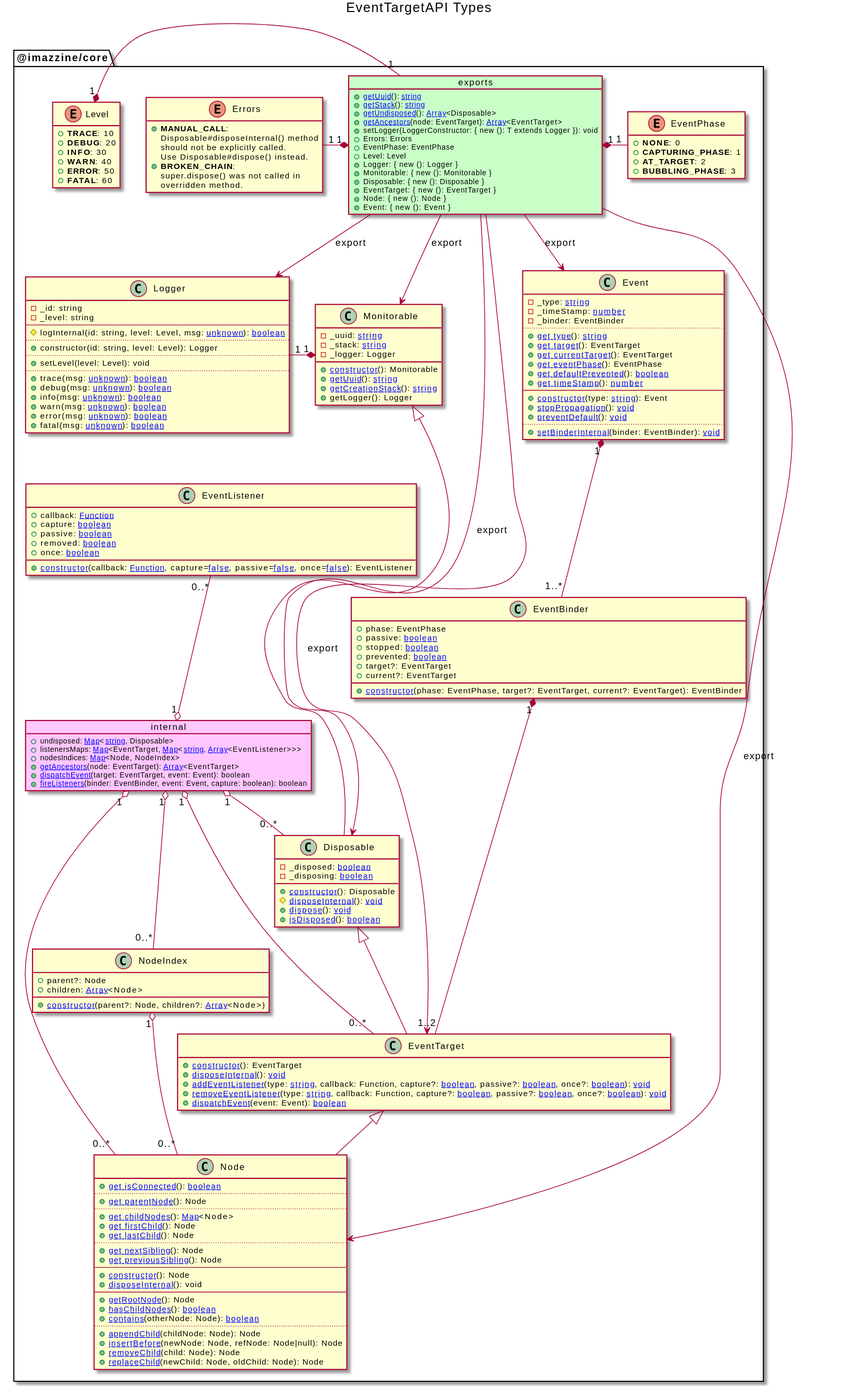
Above: _uml/svg/EventTargetAPI/Types.svg in imazzine/imazzine.github.io (PlantUML), before the change.
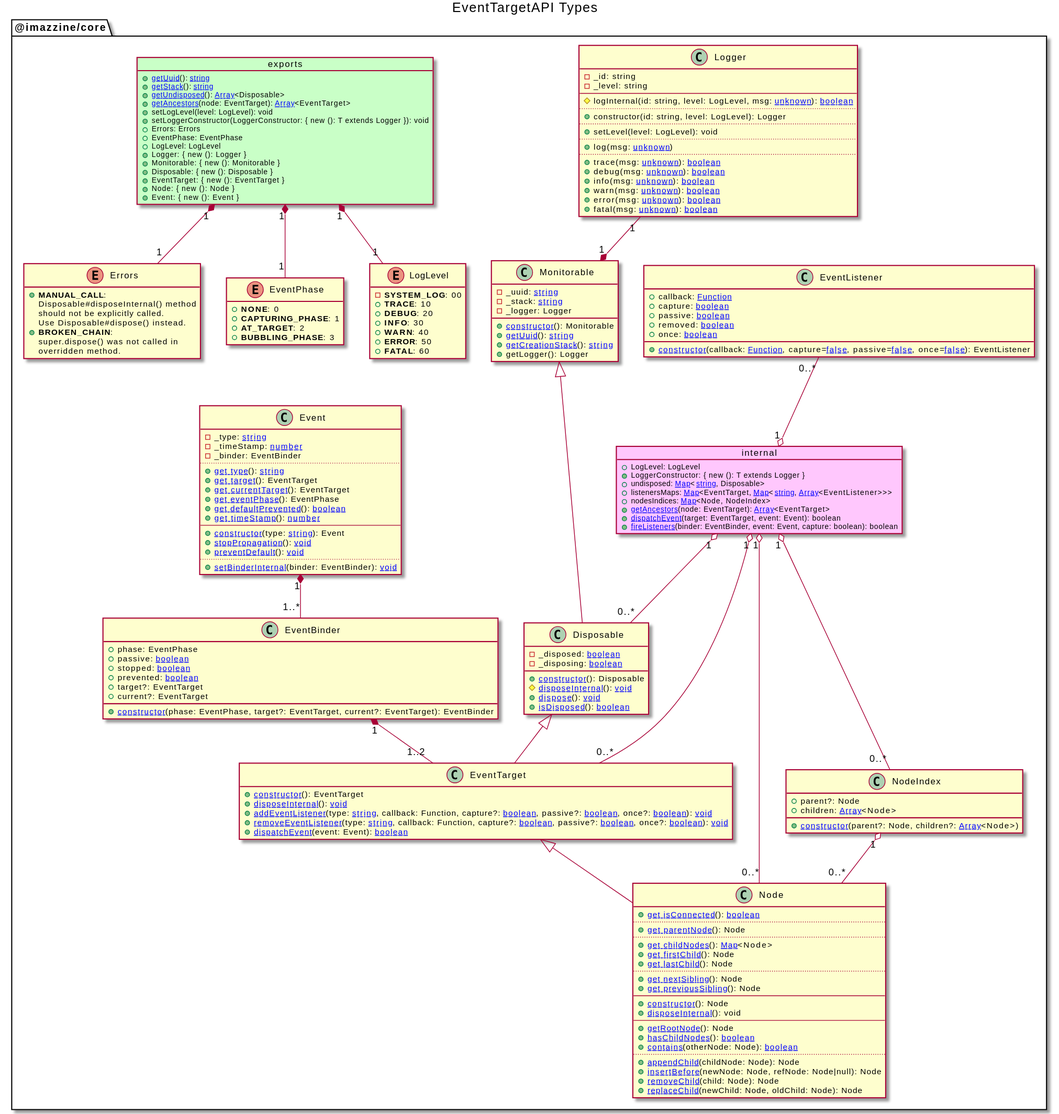
Above is the later version.

What changed in the source:
```diff
@@ -9,6 +9,8 @@
     package "@imazzine/core" as ImazzineCorePackage {
 
         object internal #ffc7fd {
+            +LogLevel: LogLevel
+            +LoggerConstructor: { new (): T extends Logger }
             +undisposed: [[https://developer.mozilla.org/en-US/docs/Web/JavaScript/Reference/Global_Objects/Map Map]]<[[https://developer.mozilla.org/en-US/docs/Web/JavaScript/Reference/Global_Objects/String string]], Disposable>
             +listenersMaps: [[https://developer.mozilla.org/en-US/docs/Web/JavaScript/Reference/Global_Objects/Map Map]]<EventTarget, [[https://developer.mozilla.org/en-US/docs/Web/JavaScript/Reference/Global_Objects/Map Map]]<[[https://developer.mozilla.org/en-US/docs/Web/JavaScript/Reference/Global_Objects/String string]], [[https://developer.mozilla.org/en-US/docs/Web/JavaScript/Reference/Global_Objects/Array Array]]<EventListener>>>
             +nodesIndices: [[https://developer.mozilla.org/en-US/docs/Web/JavaScript/Reference/Global_Objects/Map Map]]<Node, NodeIndex>
@@ -22,10 +24,11 @@
             +[[./Definition_exports.getStack.svg getStack]](): [[https://developer.mozilla.org/en-US/docs/Web/JavaScript/Reference/Global_Objects/String string]]
             +[[./Definition_exports.getUndisposed.svg getUndisposed]](): [[https://developer.mozilla.org/en-US/docs/Web/JavaScript/Reference/Global_Objects/Array Array]]<Disposable>
             +[[./Definition_exports.getAncestors.svg getAncestors]](node: EventTarget): [[https://developer.mozilla.org/en-US/docs/Web/JavaScript/Reference/Global_Objects/Array Array]]<EventTarget>
-            +setLogger(LoggerConstructor: { new (): T extends Logger }): void
+            +setLogLevel(level: LogLevel): void
+            +setLoggerConstructor(LoggerConstructor: { new (): T extends Logger }): void
             +Errors: Errors
             +EventPhase: EventPhase
-            +Level: Level
+            +LogLevel: LogLevel
             +Logger: { new (): Logger }
             +Monitorable: { new (): Monitorable }
             +Disposable: { new (): Disposable }
@@ -38,7 +41,7 @@
             +<b>MANUAL_CALL</b>:\nDisposable#disposeInternal() method\nshould not be explicitly called.\nUse Disposable#dispose() instead.
             +<b>BROKEN_CHAIN</b>:\nsuper.dispose() was not called in\noverridden method.
         }
-        ImazzineCorePackageErrors "1" -* "1" ImazzineCorePackageExports
+        ImazzineCorePackageExports "1" *-- "1" ImazzineCorePackageErrors
 
         enum EventPhase {
             +<b>NONE</b>: 0
@@ -46,9 +49,10 @@
             +<b>AT_TARGET</b>: 2
             +<b>BUBBLING_PHASE</b>: 3
         }
-        ImazzineCorePackageExports "1" *- "1" EventPhase
+        ImazzineCorePackageExports "1" *-- "1" EventPhase
 
-        enum Level {
+        enum LogLevel {
+            -<b>SYSTEM_LOG</b>: 00
             +<b>TRACE</b>: 10
             +<b>DEBUG</b>: 20
             +<b>INFO</b>: 30
@@ -56,17 +60,19 @@
             +<b>ERROR</b>: 50
             +<b>FATAL</b>: 60
         }
-        Level "1" *- "1" ImazzineCorePackageExports
+        ImazzineCorePackageExports "1" *-- "1" LogLevel
 
         class Logger {
             -_id: string
             -_level: string
             --
-            #logInternal(id: string, level: Level, msg: [[https://www.typescriptlang.org/docs/handbook/2/functions.html#unknown unknown]]): [[https://developer.mozilla.org/en-US/docs/Web/JavaScript/Reference/Global_Objects/Boolean boolean]]
+            #logInternal(id: string, level: LogLevel, msg: [[https://www.typescriptlang.org/docs/handbook/2/functions.html#unknown unknown]]): [[https://developer.mozilla.org/en-US/docs/Web/JavaScript/Reference/Global_Objects/Boolean boolean]]
             ..
-            +constructor(id: string, level: Level): Logger
+            +constructor(id: string, level: LogLevel): Logger
             ..
-            +setLevel(level: Level): void
+            +setLevel(level: LogLevel): void
+            ..
+            +log(msg: [[https://www.typescriptlang.org/docs/handbook/2/functions.html#unknown unknown]])
             ..
             +trace(msg: [[https://www.typescriptlang.org/docs/handbook/2/functions.html#unknown unknown]]): [[https://developer.mozilla.org/en-US/docs/Web/JavaScript/Reference/Global_Objects/Boolean boolean]]
             +debug(msg: [[https://www.typescriptlang.org/docs/handbook/2/functions.html#unknown unknown]]): [[https://developer.mozilla.org/en-US/docs/Web/JavaScript/Reference/Global_Objects/Boolean boolean]]
@@ -75,7 +81,6 @@
             +error(msg: [[https://www.typescriptlang.org/docs/handbook/2/functions.html#unknown unknown]]): [[https://developer.mozilla.org/en-US/docs/Web/JavaScript/Reference/Global_Objects/Boolean boolean]]
             +fatal(msg: [[https://www.typescriptlang.org/docs/handbook/2/functions.html#unknown unknown]]): [[https://developer.mozilla.org/en-US/docs/Web/JavaScript/Reference/Global_Objects/Boolean boolean]]
         }
-        ImazzineCorePackageExports --> Logger : export
 
         class Monitorable {
             -_uuid: [[https://developer.mozilla.org/en-US/docs/Web/JavaScript/Reference/Global_Objects/String string]]
@@ -86,7 +91,6 @@
             +[[./Definition_Monitorable.getCreationStack.svg getCreationStack]](): [[https://developer.mozilla.org/en-US/docs/Web/JavaScript/Reference/Global_Objects/String string]]
             +getLogger(): Logger
         }
-        ImazzineCorePackageExports --> Monitorable : export
         Logger "1" -* "1" Monitorable
 
         class Disposable extends Monitorable {
@@ -98,7 +102,6 @@
             +[[./Definition_Disposable.isDisposed.svg isDisposed]](): [[https://developer.mozilla.org/en-US/docs/Web/JavaScript/Reference/Global_Objects/Boolean boolean]]
         }
         internal "1" o-- "0..*" Disposable
-        ImazzineCorePackageExports --> Disposable : export
 
         class EventListener {
             +callback: [[https://developer.mozilla.org/en-US/docs/Web/JavaScript/Reference/Global_Objects/Function Function]]
@@ -119,7 +122,6 @@
             +[[./Definition_EventTarget.dispatchEvent.svg dispatchEvent]](event: Event): [[https://developer.mozilla.org/en-US/docs/Web/JavaScript/Reference/Global_Objects/Boolean boolean]]
         }
         internal "1" o-- "0..*" EventTarget
-        ImazzineCorePackageExports --> EventTarget : export
 
         class EventBinder {
             +phase: EventPhase
@@ -151,7 +153,6 @@
             +[[./Definition_Event.setBinderInternal.svg setBinderInternal]](binder: EventBinder): [[https://developer.mozilla.org/en-US/docs/Web/JavaScript/Reference/Operators/void void]]
         }
         Event "1" *-- "1..*" EventBinder
-        ImazzineCorePackageExports --> Event : export
 
         class Node extends EventTarget {
             +[[./Definition_Node.isConnected.svg get isConnected]](): [[https://developer.mozilla.org/en-US/docs/Web/JavaScript/Reference/Global_Objects/Boolean boolean]]
@@ -178,7 +179,6 @@
             +[[./Definition_Node.replaceChild.svg replaceChild]](newChild: Node, oldChild: Node): Node
         }
         internal "1" o-- "0..*" Node
-        ImazzineCorePackageExports --> Node : export
 
         class NodeIndex {
             +parent?: Node
```
